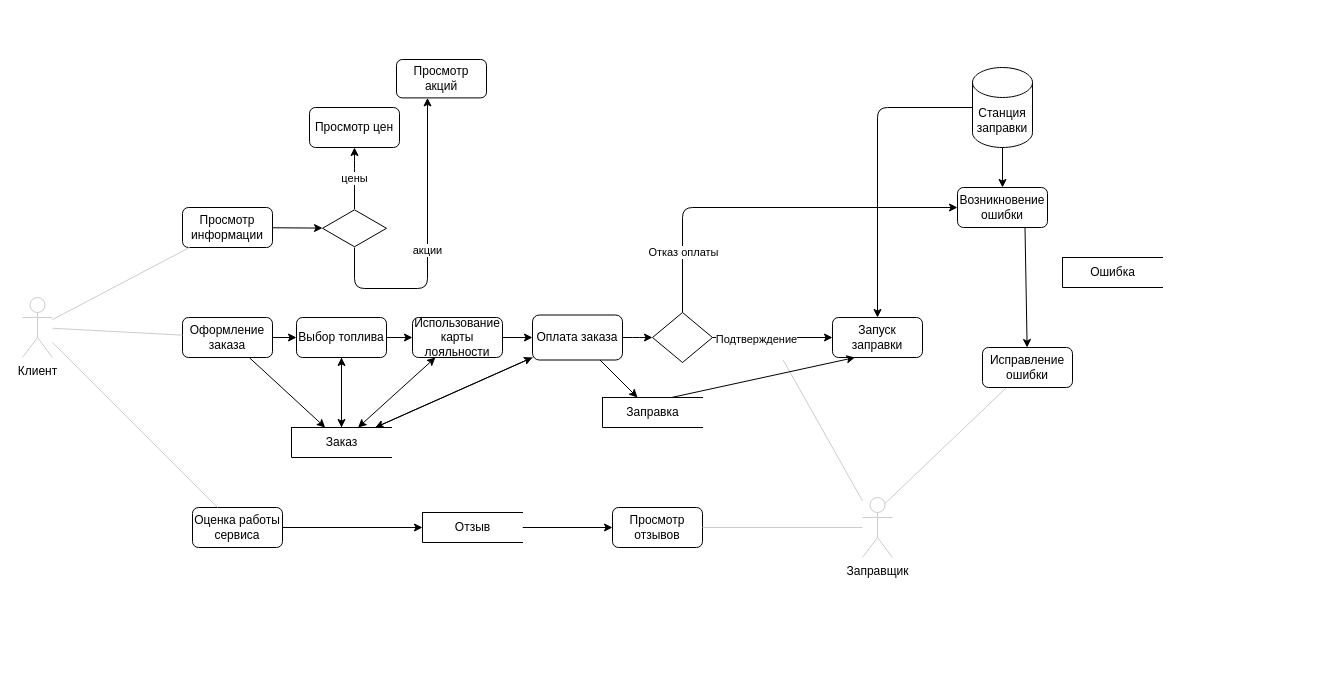
aleksey899/gas-station keeps this draw.io diagram as DFD IS gas station.drawio. Above is the earlier version. Source tidied: cells renumbered, new cells numbered last; positions are measured from the earlier drawing's top-left corner, leaving out a move shared by most shapes. Both pictures are drawn from the tidied source at 100%, with x=0, y=0 at pixel (22, 59).
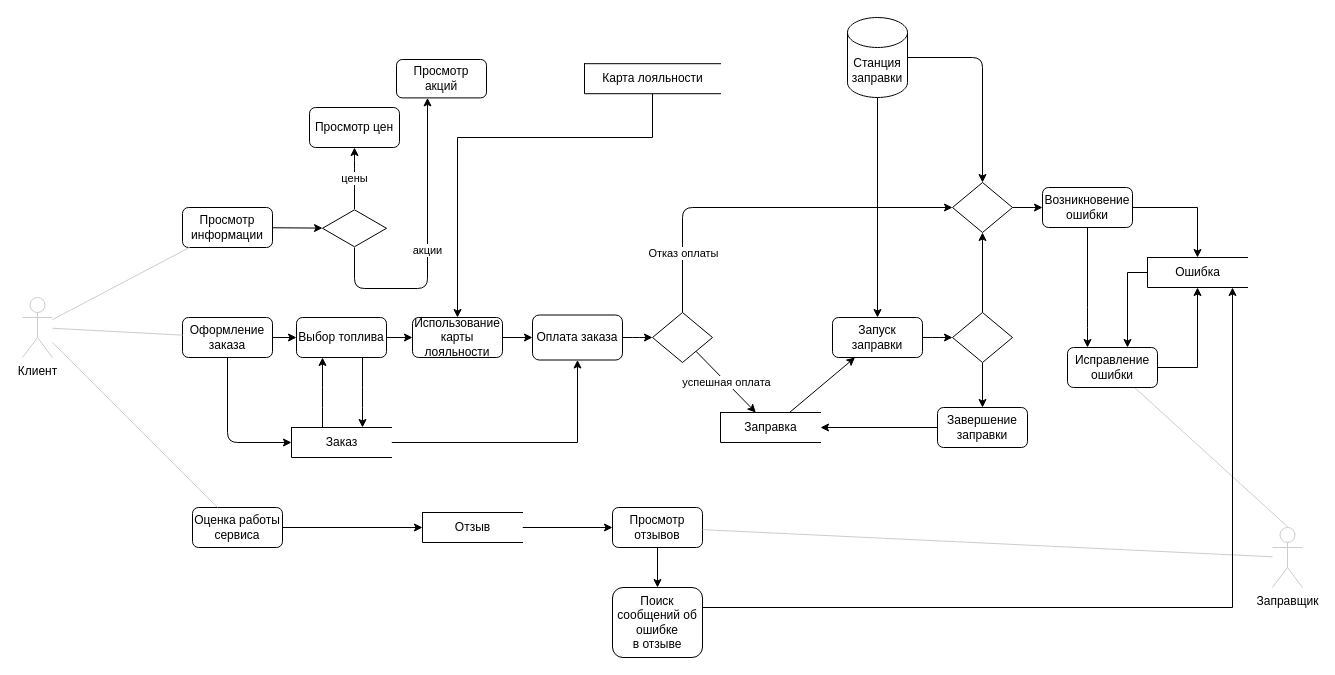
The same diagram, later.

Unchanged cells that the change refers to:
```xml
<mxCell id="7" value="Оформление заказа" style="whiteSpace=wrap;html=1;rounded=1;" parent="1" vertex="1">
  <mxGeometry x="160" y="258" width="90" height="40" as="geometry" />
</mxCell>
<mxCell id="20" value="Оплата заказа" style="whiteSpace=wrap;html=1;rounded=1;" parent="1" vertex="1">
  <mxGeometry x="510" y="255.5" width="90" height="45" as="geometry" />
</mxCell>
<mxCell id="21" value="Использование карты лояльности" style="whiteSpace=wrap;html=1;rounded=1;" parent="1" vertex="1">
  <mxGeometry x="390" y="258" width="90" height="40" as="geometry" />
</mxCell>
<mxCell id="23" value="Выбор топлива" style="whiteSpace=wrap;html=1;rounded=1;" parent="1" vertex="1">
  <mxGeometry x="274" y="258" width="90" height="40" as="geometry" />
</mxCell>
<mxCell id="31" value="Запуск заправки" style="whiteSpace=wrap;html=1;rounded=1;" parent="1" vertex="1">
  <mxGeometry x="810" y="258" width="90" height="40" as="geometry" />
</mxCell>
<mxCell id="39" value="Просмотр отзывов" style="whiteSpace=wrap;html=1;rounded=1;" parent="1" vertex="1">
  <mxGeometry x="590" y="448" width="90" height="40" as="geometry" />
</mxCell>
<mxCell id="43" value="Заказ" style="html=1;dashed=0;whitespace=wrap;shape=partialRectangle;right=0;strokeColor=#000000;rounded=1;" parent="1" vertex="1">
  <mxGeometry x="269" y="368" width="100" height="30" as="geometry" />
</mxCell>
<mxCell id="49" style="shape=rhombus;html=1;dashed=0;whitespace=wrap;perimeter=rhombusPerimeter;rounded=0;" parent="1" vertex="1">
  <mxGeometry x="630" y="253" width="60" height="50" as="geometry" />
</mxCell>
```

The edit, as a diff of the source:
```diff
@@
-    <mxCell id="6" style="edgeStyle=none;jettySize=auto;html=1;" parent="1" edge="1" source="7" target="43">
-      <mxGeometry relative="1" as="geometry" />
+    <mxCell id="6" style="edgeStyle=orthogonalEdgeStyle;jettySize=auto;html=1;" parent="1" edge="1" source="7" target="43">
+      <mxGeometry relative="1" as="geometry">
+        <Array as="points">
+          <mxPoint x="205" y="383" />
+        </Array>
+      </mxGeometry>
     </mxCell>
@@
-    <mxCell id="17" style="edgeStyle=none;jettySize=auto;html=1;" parent="1" edge="1" source="20" target="45">
+    <mxCell id="17" value="успешная оплата" style="edgeStyle=none;jettySize=auto;html=1;" parent="1" edge="1" source="49" target="45">
       <mxGeometry relative="1" as="geometry" />
     </mxCell>
-    <mxCell id="18" style="edgeStyle=none;jettySize=auto;html=1;" parent="1" edge="1" source="20" target="43">
-      <mxGeometry relative="1" as="geometry" />
-    </mxCell>
@@
-    <mxCell id="22" style="edgeStyle=none;jettySize=auto;html=1;" parent="1" edge="1" source="23" target="43">
-      <mxGeometry relative="1" as="geometry" />
+    <mxCell id="22" style="edgeStyle=orthogonalEdgeStyle;jettySize=auto;html=1;" parent="1" edge="1" source="23" target="43">
+      <mxGeometry relative="1" as="geometry">
+        <Array as="points">
+          <mxPoint x="340" y="338" />
+          <mxPoint x="340" y="338" />
+        </Array>
+      </mxGeometry>
     </mxCell>
@@
     <mxCell id="27" value="Станция заправки" style="shape=cylinder3;whiteSpace=wrap;html=1;boundedLbl=1;backgroundOutline=1;size=15;rounded=1;" parent="1" vertex="1">
-      <mxGeometry x="950" y="8" width="60" height="80" as="geometry" />
+      <mxGeometry x="825" y="-42" width="60" height="80" as="geometry" />
     </mxCell>
@@
-    <mxCell id="29" style="jettySize=auto;html=1;endArrow=none;endFill=0;strokeColor=#CCCCCC;" parent="1" edge="1" source="30">
-      <mxGeometry relative="1" as="geometry">
-        <mxPoint x="760.7" y="300.5" as="targetPoint" />
-      </mxGeometry>
-    </mxCell>
     <mxCell id="30" value="Заправщик" style="shape=umlActor;verticalLabelPosition=bottom;verticalAlign=top;html=1;outlineConnect=0;strokeColor=#CCCCCC;rounded=1;" parent="1" vertex="1">
-      <mxGeometry x="840" y="438" width="30" height="60" as="geometry" />
+      <mxGeometry x="1250" y="468" width="30" height="60" as="geometry" />
     </mxCell>
+    <mxCell id="54" style="edgeStyle=orthogonalEdgeStyle;rounded=1;jettySize=auto;html=1;" parent="1" edge="1" source="69" target="65">
+      <mxGeometry relative="1" as="geometry" />
+    </mxCell>
+    <mxCell id="55" style="edgeStyle=orthogonalEdgeStyle;rounded=1;jettySize=auto;html=1;" parent="1" edge="1" source="31" target="69">
+      <mxGeometry relative="1" as="geometry" />
+    </mxCell>
@@
-    <mxCell id="32" style="endArrow=classic;html=1;edgeStyle=orthogonalEdgeStyle;exitX=0;exitY=0.5;exitDx=0;exitDy=0;exitPerimeter=0;entryX=0.5;entryY=0;entryDx=0;entryDy=0;" parent="1" edge="1" source="27" target="31">
+    <mxCell id="32" style="endArrow=classic;html=1;edgeStyle=orthogonalEdgeStyle;entryX=0.5;entryY=0;entryDx=0;entryDy=0;" parent="1" edge="1" source="27" target="31">
       <mxGeometry relative="1" as="geometry" />
     </mxCell>
+    <mxCell id="56" style="edgeStyle=orthogonalEdgeStyle;rounded=0;jettySize=auto;html=1;" parent="1" edge="1" source="33" target="46">
+      <mxGeometry relative="1" as="geometry" />
+    </mxCell>
     <mxCell id="33" value="Возникновение ошибки" style="whiteSpace=wrap;html=1;rounded=1;" parent="1" vertex="1">
-      <mxGeometry x="935" y="128" width="90" height="40" as="geometry" />
+      <mxGeometry x="1020" y="128" width="90" height="40" as="geometry" />
     </mxCell>
-    <mxCell id="34" style="endArrow=classic;html=1;" parent="1" edge="1" source="27" target="33">
+    <mxCell id="34" style="endArrow=classic;html=1;edgeStyle=orthogonalEdgeStyle;" parent="1" edge="1" source="27" target="65">
       <mxGeometry relative="1" as="geometry" />
     </mxCell>
-    <mxCell id="35" style="endArrow=classic;html=1;exitX=0.75;exitY=1;exitDx=0;exitDy=0;" parent="1" edge="1" source="33" target="36">
-      <mxGeometry relative="1" as="geometry" />
+    <mxCell id="35" style="endArrow=classic;html=1;edgeStyle=orthogonalEdgeStyle;" parent="1" edge="1" source="33" target="36">
+      <mxGeometry relative="1" as="geometry">
+        <Array as="points">
+          <mxPoint x="1065" y="258" />
+          <mxPoint x="1065" y="258" />
+        </Array>
+      </mxGeometry>
     </mxCell>
+    <mxCell id="57" style="edgeStyle=orthogonalEdgeStyle;rounded=0;jettySize=auto;html=1;" parent="1" edge="1" source="36" target="46">
+      <mxGeometry relative="1" as="geometry">
+        <Array as="points">
+          <mxPoint x="1175" y="308" />
+        </Array>
+      </mxGeometry>
+    </mxCell>
     <mxCell id="36" value="Исправление ошибки" style="whiteSpace=wrap;html=1;rounded=1;" parent="1" vertex="1">
-      <mxGeometry x="960" y="288" width="90" height="40" as="geometry" />
+      <mxGeometry x="1045" y="288" width="90" height="40" as="geometry" />
     </mxCell>
@@
+    <mxCell id="58" style="edgeStyle=orthogonalEdgeStyle;rounded=0;jettySize=auto;html=1;" parent="1" edge="1" source="39" target="61">
+      <mxGeometry relative="1" as="geometry" />
+    </mxCell>
@@
-    <mxCell id="41" style="edgeStyle=none;jettySize=auto;html=1;" parent="1" edge="1" source="43" target="23">
-      <mxGeometry relative="1" as="geometry" />
+    <mxCell id="41" style="edgeStyle=orthogonalEdgeStyle;jettySize=auto;html=1;" parent="1" edge="1" source="43" target="23">
+      <mxGeometry relative="1" as="geometry">
+        <Array as="points">
+          <mxPoint x="300" y="338" />
+          <mxPoint x="300" y="338" />
+        </Array>
+      </mxGeometry>
     </mxCell>
-    <mxCell id="42" style="edgeStyle=none;jettySize=auto;html=1;" parent="1" edge="1" source="43" target="20">
-      <mxGeometry relative="1" as="geometry" />
+    <mxCell id="42" style="edgeStyle=orthogonalEdgeStyle;rounded=0;jettySize=auto;html=1;" parent="1" edge="1" source="43" target="20">
+      <mxGeometry relative="1" as="geometry">
+        <Array as="points">
+          <mxPoint x="555" y="383" />
+        </Array>
+      </mxGeometry>
     </mxCell>
@@
     <mxCell id="45" value="Заправка" style="html=1;dashed=0;whitespace=wrap;shape=partialRectangle;right=0;strokeColor=#000000;rounded=1;" parent="1" vertex="1">
-      <mxGeometry x="580" y="338" width="100" height="30" as="geometry" />
+      <mxGeometry x="698" y="353" width="100" height="30" as="geometry" />
     </mxCell>
+    <mxCell id="59" style="edgeStyle=orthogonalEdgeStyle;rounded=0;jettySize=auto;html=1;" parent="1" edge="1" source="46" target="36">
+      <mxGeometry relative="1" as="geometry">
+        <Array as="points">
+          <mxPoint x="1105" y="213" />
+        </Array>
+      </mxGeometry>
+    </mxCell>
     <mxCell id="46" value="Ошибка" style="html=1;dashed=0;whitespace=wrap;shape=partialRectangle;right=0;strokeColor=#000000;rounded=1;" parent="1" vertex="1">
-      <mxGeometry x="1040" y="198" width="100" height="30" as="geometry" />
+      <mxGeometry x="1125" y="198" width="100" height="30" as="geometry" />
     </mxCell>
-    <mxCell id="47" style="edgeStyle=orthogonalEdgeStyle;jettySize=auto;html=1;entryX=0;entryY=0.5;entryDx=0;entryDy=0;" parent="1" edge="1" source="49" target="33">
+    <mxCell id="47" style="edgeStyle=orthogonalEdgeStyle;jettySize=auto;html=1;" parent="1" edge="1" source="49" target="65">
       <mxGeometry relative="1" as="geometry">
         <Array as="points">
           <mxPoint x="660" y="148" />
         </Array>
       </mxGeometry>
     </mxCell>
@@
-    <mxCell id="50" style="endArrow=classic;startArrow=classic;html=1;" parent="1" edge="1" source="43" target="21">
-      <mxGeometry relative="1" as="geometry" />
-    </mxCell>
@@
-    <mxCell id="52" style="endArrow=classic;html=1;exitX=1;exitY=0.5;exitDx=0;exitDy=0;entryX=0;entryY=0.5;entryDx=0;entryDy=0;" parent="1" edge="1" source="49" target="31">
-      <mxGeometry relative="1" as="geometry">
-        <Array as="points">
-          <mxPoint x="700" y="278" />
-        </Array>
-      </mxGeometry>
-    </mxCell>
-    <mxCell id="53" value="Подтверждение" style="edgeLabel;html=1;align=center;verticalAlign=middle;" parent="52" vertex="1">
-      <mxGeometry x="-0.28" y="-1" relative="1" as="geometry" />
-    </mxCell>
+    <mxCell id="60" style="edgeStyle=orthogonalEdgeStyle;rounded=0;jettySize=auto;html=1;" parent="1" edge="1" source="61" target="46">
+      <mxGeometry relative="1" as="geometry">
+        <Array as="points">
+          <mxPoint x="1210" y="548" />
+        </Array>
+      </mxGeometry>
+    </mxCell>
+    <mxCell id="61" value="&lt;div&gt;Поиск сообщений об ошибке&lt;/div&gt;в отзыве" style="whiteSpace=wrap;html=1;rounded=1;" parent="1" vertex="1">
+      <mxGeometry x="590" y="528" width="90" height="70" as="geometry" />
+    </mxCell>
+    <mxCell id="62" style="edgeStyle=orthogonalEdgeStyle;rounded=0;jettySize=auto;html=1;" parent="1" edge="1" source="63" target="21">
+      <mxGeometry relative="1" as="geometry">
+        <Array as="points">
+          <mxPoint x="630" y="78" />
+          <mxPoint x="435" y="78" />
+        </Array>
+      </mxGeometry>
+    </mxCell>
+    <mxCell id="63" value="Карта лояльности" style="html=1;dashed=0;whitespace=wrap;shape=partialRectangle;right=0;strokeColor=#000000;rounded=1;" parent="1" vertex="1">
+      <mxGeometry x="562" y="4.2" width="136" height="30" as="geometry" />
+    </mxCell>
+    <mxCell id="64" style="edgeStyle=orthogonalEdgeStyle;rounded=0;jettySize=auto;html=1;" parent="1" edge="1" source="65" target="33">
+      <mxGeometry relative="1" as="geometry" />
+    </mxCell>
+    <mxCell id="65" style="shape=rhombus;html=1;dashed=0;whitespace=wrap;perimeter=rhombusPerimeter;rounded=0;" parent="1" vertex="1">
+      <mxGeometry x="930" y="123" width="60" height="50" as="geometry" />
+    </mxCell>
+    <mxCell id="66" style="edgeStyle=orthogonalEdgeStyle;rounded=1;jettySize=auto;html=1;" parent="1" edge="1" source="67" target="45">
+      <mxGeometry relative="1" as="geometry" />
+    </mxCell>
+    <mxCell id="67" value="Завершение заправки" style="whiteSpace=wrap;html=1;rounded=1;" parent="1" vertex="1">
+      <mxGeometry x="915" y="348" width="90" height="40" as="geometry" />
+    </mxCell>
+    <mxCell id="68" style="edgeStyle=orthogonalEdgeStyle;rounded=1;jettySize=auto;html=1;" parent="1" edge="1" source="69" target="67">
+      <mxGeometry relative="1" as="geometry" />
+    </mxCell>
+    <mxCell id="69" style="shape=rhombus;html=1;dashed=0;whitespace=wrap;perimeter=rhombusPerimeter;rounded=0;" parent="1" vertex="1">
+      <mxGeometry x="930" y="253" width="60" height="50" as="geometry" />
+    </mxCell>
```
